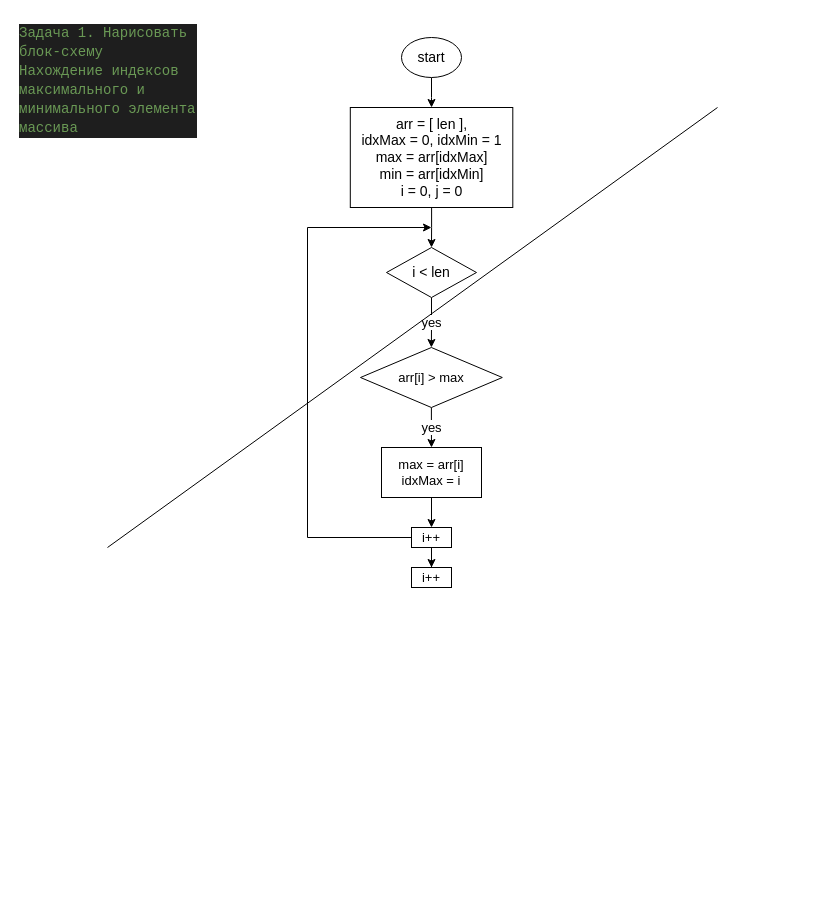
KomkovMS/GB_CS2022 keeps this draw.io diagram as TaslListOther/task16/bd_1.drawio. Above is the earlier version. Source tidied: cells renumbered, new cells numbered last; positions are measured from the earlier drawing's top-left corner, leaving out a move shared by most shapes. Both pictures are drawn from the tidied source at 100%, with x=0, y=0 at pixel (17, 17).
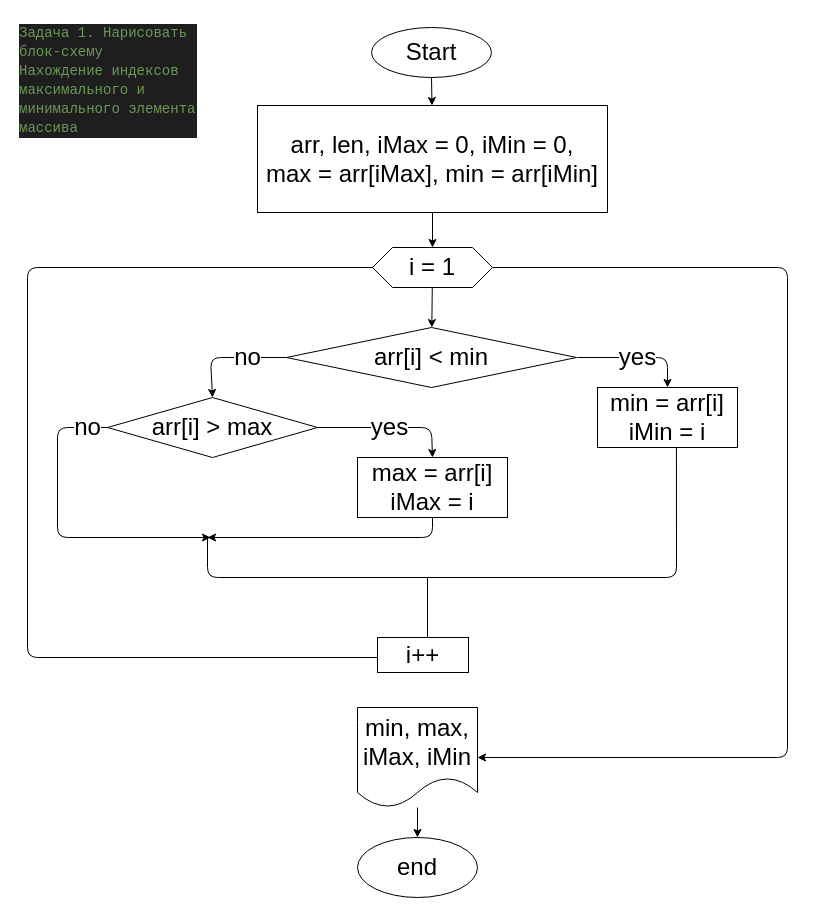
The same diagram, later.

Commit message (it also covers changes not shown here):
задача - Записать алгоритм, который перенесет самое большое значение элемента в правый край массива (переработка по блок-схеме при попощи Пузырькового метода) - Ver.2

Change to the diagram source:
```diff
@@
-    <mxCell id="3" style="edgeStyle=orthogonalEdgeStyle;rounded=0;jettySize=auto;html=1;entryX=0.5;entryY=0;entryDx=0;entryDy=0;fontSize=14;" parent="1" edge="1" source="4" target="6">
-      <mxGeometry relative="1" as="geometry" />
-    </mxCell>
-    <mxCell id="4" value="start" style="ellipse;whiteSpace=wrap;html=1;fontSize=14;" parent="1" vertex="1">
-      <mxGeometry x="384" y="20" width="60" height="40" as="geometry" />
-    </mxCell>
-    <mxCell id="5" style="edgeStyle=orthogonalEdgeStyle;rounded=0;jettySize=auto;html=1;fontSize=14;" parent="1" edge="1" source="6" target="8">
-      <mxGeometry relative="1" as="geometry" />
-    </mxCell>
-    <mxCell id="6" value="arr = [ len ],&lt;br style=&quot;font-size: 14px;&quot;&gt;idxMax = 0, idxMin = 1&lt;br style=&quot;font-size: 14px;&quot;&gt;max = arr[idxMax]&lt;br style=&quot;font-size: 14px;&quot;&gt;min = arr[idxMin]&lt;br style=&quot;font-size: 14px;&quot;&gt;i = 0, j = 0" style="whiteSpace=wrap;html=1;fontSize=14;" parent="1" vertex="1">
-      <mxGeometry x="332.8" y="90" width="162.5" height="100" as="geometry" />
-    </mxCell>
-    <mxCell id="7" value="yes" style="edgeStyle=orthogonalEdgeStyle;rounded=0;jettySize=auto;html=1;entryX=0.5;entryY=0;entryDx=0;entryDy=0;fontSize=13;" parent="1" edge="1" source="8" target="11">
-      <mxGeometry relative="1" as="geometry" />
-    </mxCell>
-    <mxCell id="8" value="i &amp;lt; len" style="rhombus;whiteSpace=wrap;html=1;fontSize=14;" parent="1" vertex="1">
-      <mxGeometry x="369" y="230" width="90" height="50" as="geometry" />
-    </mxCell>
-    <mxCell id="9" value="yes" style="edgeStyle=orthogonalEdgeStyle;rounded=0;jettySize=auto;html=1;fontSize=13;entryX=0.5;entryY=0;entryDx=0;entryDy=0;" parent="1" edge="1" source="11" target="13">
-      <mxGeometry relative="1" as="geometry" />
-    </mxCell>
-    <mxCell id="10" style="edgeStyle=orthogonalEdgeStyle;rounded=0;jettySize=auto;html=1;fontSize=13;exitX=0;exitY=0.5;exitDx=0;exitDy=0;" parent="1" edge="1" source="15">
-      <mxGeometry relative="1" as="geometry">
-        <mxPoint x="414" y="210" as="targetPoint" />
-        <Array as="points">
-          <mxPoint x="290" y="520" />
-          <mxPoint x="290" y="210" />
-        </Array>
-      </mxGeometry>
-    </mxCell>
+    <mxCell id="18" style="edgeStyle=none;html=1;fontSize=24;" parent="1" edge="1" source="19" target="21">
+      <mxGeometry relative="1" as="geometry" />
+    </mxCell>
+    <mxCell id="19" value="Start" style="ellipse;whiteSpace=wrap;html=1;fontSize=24;" parent="1" vertex="1">
+      <mxGeometry x="354" y="10" width="120" height="50" as="geometry" />
+    </mxCell>
+    <mxCell id="20" style="edgeStyle=none;html=1;fontSize=24;" parent="1" edge="1" source="21" target="24">
+      <mxGeometry relative="1" as="geometry" />
+    </mxCell>
+    <mxCell id="21" value="arr, len, iMax = 0, iMin = 0, &lt;br&gt;max = arr[iMax], min = arr[iMin]" style="whiteSpace=wrap;html=1;fontSize=24;" parent="1" vertex="1">
+      <mxGeometry x="240" y="88" width="350" height="107" as="geometry" />
+    </mxCell>
+    <mxCell id="22" style="edgeStyle=none;html=1;fontSize=24;" parent="1" edge="1" source="24" target="27">
+      <mxGeometry relative="1" as="geometry" />
+    </mxCell>
+    <mxCell id="23" style="edgeStyle=none;html=1;fontSize=24;exitX=1;exitY=0.5;exitDx=0;exitDy=0;" parent="1" edge="1" source="24" target="36">
+      <mxGeometry relative="1" as="geometry">
+        <Array as="points">
+          <mxPoint x="770" y="250" />
+          <mxPoint x="770" y="740" />
+        </Array>
+      </mxGeometry>
+    </mxCell>
+    <mxCell id="24" value="i = 1" style="shape=hexagon;perimeter=hexagonPerimeter2;whiteSpace=wrap;html=1;fixedSize=1;fontSize=24;" parent="1" vertex="1">
+      <mxGeometry x="355" y="230" width="120" height="40" as="geometry" />
+    </mxCell>
+    <mxCell id="25" value="no" style="edgeStyle=none;html=1;fontSize=24;exitX=0;exitY=0.5;exitDx=0;exitDy=0;entryX=0.5;entryY=0;entryDx=0;entryDy=0;" parent="1" edge="1" source="27" target="11">
+      <mxGeometry x="-0.33" relative="1" as="geometry">
+        <Array as="points">
+          <mxPoint x="193" y="340" />
+        </Array>
+      </mxGeometry>
+    </mxCell>
+    <mxCell id="26" value="yes" style="edgeStyle=none;html=1;fontSize=24;entryX=0.5;entryY=0;entryDx=0;entryDy=0;" parent="1" edge="1" target="32">
+      <mxGeometry relative="1" as="geometry">
+        <mxPoint x="560" y="340" as="sourcePoint" />
+        <Array as="points">
+          <mxPoint x="650" y="340" />
+        </Array>
+      </mxGeometry>
+    </mxCell>
+    <mxCell id="27" value="arr[i] &amp;lt; min" style="rhombus;whiteSpace=wrap;html=1;fontSize=24;" parent="1" vertex="1">
+      <mxGeometry x="269" y="310" width="290" height="60" as="geometry" />
+    </mxCell>
+    <mxCell id="28" value="yes" style="edgeStyle=none;html=1;fontSize=24;exitX=1;exitY=0.5;exitDx=0;exitDy=0;entryX=0.5;entryY=0;entryDx=0;entryDy=0;" parent="1" edge="1" source="11" target="31">
+      <mxGeometry relative="1" as="geometry">
+        <Array as="points">
+          <mxPoint x="414" y="410" />
+        </Array>
+      </mxGeometry>
+    </mxCell>
+    <mxCell id="29" value="no" style="edgeStyle=none;html=1;fontSize=24;exitX=0;exitY=0.5;exitDx=0;exitDy=0;" parent="1" edge="1" source="11">
+      <mxGeometry x="-0.87" relative="1" as="geometry">
+        <mxPoint x="193" y="520" as="targetPoint" />
+        <Array as="points">
+          <mxPoint x="40" y="410" />
+          <mxPoint x="40" y="520" />
+        </Array>
+      </mxGeometry>
+    </mxCell>
-    <mxCell id="11" value="arr[i] &amp;gt; max" style="rhombus;whiteSpace=wrap;html=1;fontSize=13;" parent="1" vertex="1">
-      <mxGeometry x="343" y="330" width="141.8" height="60" as="geometry" />
+    <mxCell id="11" value="arr[i] &amp;gt; max" style="rhombus;whiteSpace=wrap;html=1;fontSize=24;" parent="1" vertex="1">
+      <mxGeometry x="90" y="380" width="210" height="60" as="geometry" />
     </mxCell>
-    <mxCell id="12" style="edgeStyle=orthogonalEdgeStyle;rounded=0;jettySize=auto;html=1;entryX=0.5;entryY=0;entryDx=0;entryDy=0;fontSize=13;" parent="1" edge="1" source="13" target="15">
-      <mxGeometry relative="1" as="geometry" />
-    </mxCell>
-    <mxCell id="13" value="max = arr[i]&lt;br style=&quot;font-size: 13px;&quot;&gt;idxMax = i" style="whiteSpace=wrap;html=1;fontSize=13;" parent="1" vertex="1">
-      <mxGeometry x="364" y="430" width="100" height="50" as="geometry" />
-    </mxCell>
-    <mxCell id="14" style="edgeStyle=orthogonalEdgeStyle;rounded=0;jettySize=auto;html=1;fontSize=13;" parent="1" edge="1" source="15" target="16">
-      <mxGeometry relative="1" as="geometry" />
-    </mxCell>
-    <mxCell id="15" value="i++" style="whiteSpace=wrap;html=1;fontSize=13;" parent="1" vertex="1">
-      <mxGeometry x="394" y="510" width="40" height="20" as="geometry" />
-    </mxCell>
-    <mxCell id="16" value="i++" style="whiteSpace=wrap;html=1;fontSize=13;" parent="1" vertex="1">
-      <mxGeometry x="394" y="550" width="40" height="20" as="geometry" />
-    </mxCell>
-    <mxCell id="17" style="endArrow=none;html=1;fontSize=24;" parent="1" edge="1">
-      <mxGeometry relative="1" as="geometry">
-        <mxPoint x="90" y="530" as="sourcePoint" />
-        <mxPoint x="700" y="90" as="targetPoint" />
-      </mxGeometry>
-    </mxCell>
+    <mxCell id="30" style="edgeStyle=none;html=1;fontSize=24;exitX=0.5;exitY=1;exitDx=0;exitDy=0;" parent="1" edge="1" source="31">
+      <mxGeometry relative="1" as="geometry">
+        <mxPoint x="190" y="520" as="targetPoint" />
+        <Array as="points">
+          <mxPoint x="415" y="520" />
+        </Array>
+      </mxGeometry>
+    </mxCell>
+    <mxCell id="31" value="max = arr[i]&lt;br&gt;iMax = i" style="whiteSpace=wrap;html=1;fontSize=24;" parent="1" vertex="1">
+      <mxGeometry x="340" y="440" width="150" height="60" as="geometry" />
+    </mxCell>
+    <mxCell id="32" value="min = arr[i]&lt;br&gt;iMin = i" style="whiteSpace=wrap;html=1;fontSize=24;" parent="1" vertex="1">
+      <mxGeometry x="580" y="370" width="140" height="60" as="geometry" />
+    </mxCell>
+    <mxCell id="33" style="endArrow=none;html=1;fontSize=24;entryX=0.564;entryY=1;entryDx=0;entryDy=0;entryPerimeter=0;" parent="1" edge="1" target="32">
+      <mxGeometry relative="1" as="geometry">
+        <mxPoint x="190" y="520" as="sourcePoint" />
+        <Array as="points">
+          <mxPoint x="190" y="560" />
+          <mxPoint x="659" y="560" />
+        </Array>
+      </mxGeometry>
+    </mxCell>
+    <mxCell id="34" style="endArrow=none;html=1;fontSize=24;exitX=0;exitY=0.5;exitDx=0;exitDy=0;" parent="1" edge="1" source="24">
+      <mxGeometry relative="1" as="geometry">
+        <mxPoint x="410" y="560" as="targetPoint" />
+        <Array as="points">
+          <mxPoint x="10" y="250" />
+          <mxPoint x="10" y="640" />
+          <mxPoint x="410" y="640" />
+        </Array>
+      </mxGeometry>
+    </mxCell>
+    <mxCell id="35" style="edgeStyle=none;html=1;fontSize=24;" parent="1" edge="1" source="36" target="37">
+      <mxGeometry relative="1" as="geometry" />
+    </mxCell>
+    <mxCell id="36" value="min, max,&lt;br&gt;iMax, iMin" style="shape=document;whiteSpace=wrap;html=1;boundedLbl=1;fontSize=24;" parent="1" vertex="1">
+      <mxGeometry x="340" y="690" width="120" height="100" as="geometry" />
+    </mxCell>
+    <mxCell id="37" value="end" style="ellipse;whiteSpace=wrap;html=1;fontSize=24;" parent="1" vertex="1">
+      <mxGeometry x="340" y="820" width="120" height="60" as="geometry" />
+    </mxCell>
+    <mxCell id="38" value="i++" style="whiteSpace=wrap;html=1;fontSize=24;" parent="1" vertex="1">
+      <mxGeometry x="360" y="620" width="91" height="35" as="geometry" />
+    </mxCell>
```
